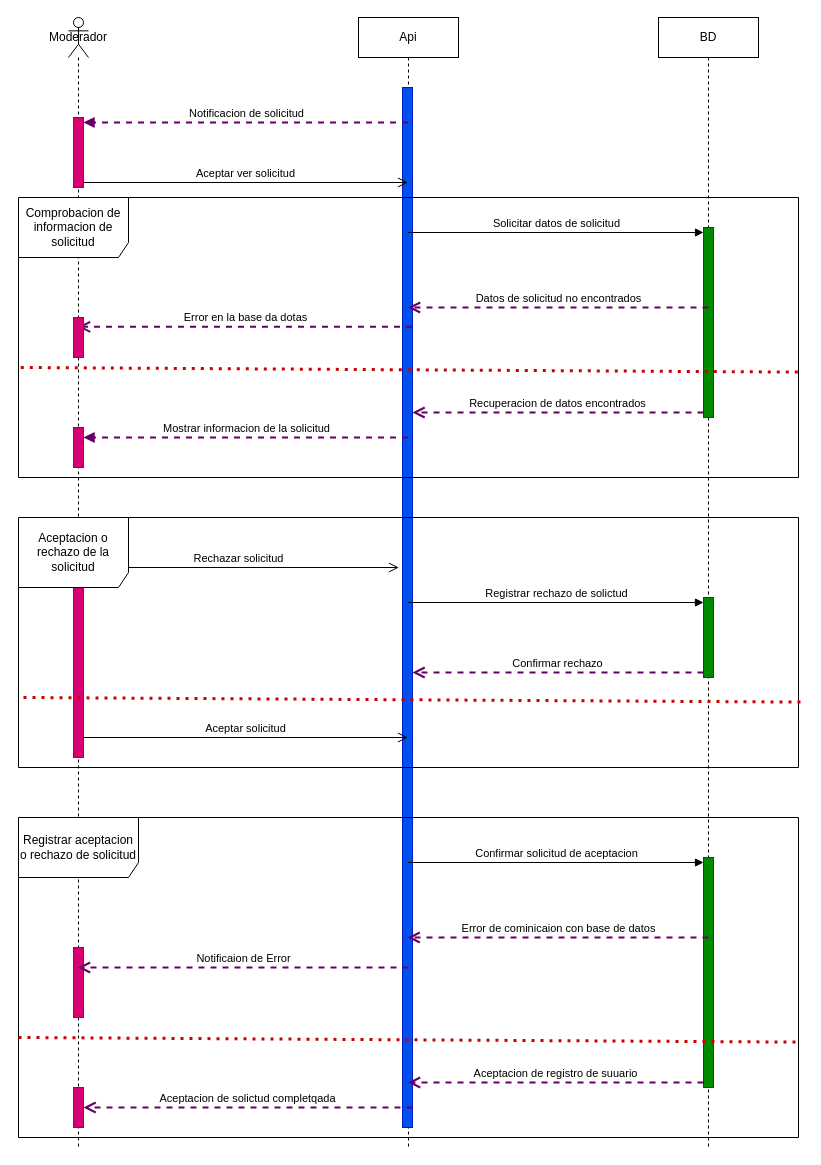
The draw.io diagram Misael/Clase_2 Proyecto/Unidad 2/Diagrama de secuencia/Diagrama de secuencia MISAEL Aceptar-Rechazar.drawio in misaeluno/Proyecto-de-Software, before the edit. Source tidied: cells renumbered, new cells numbered last; positions are measured from the earlier drawing's top-left corner, leaving out a move shared by most shapes. Both pictures are drawn from the tidied source at 100%, with x=0, y=0 at pixel (18, 17).
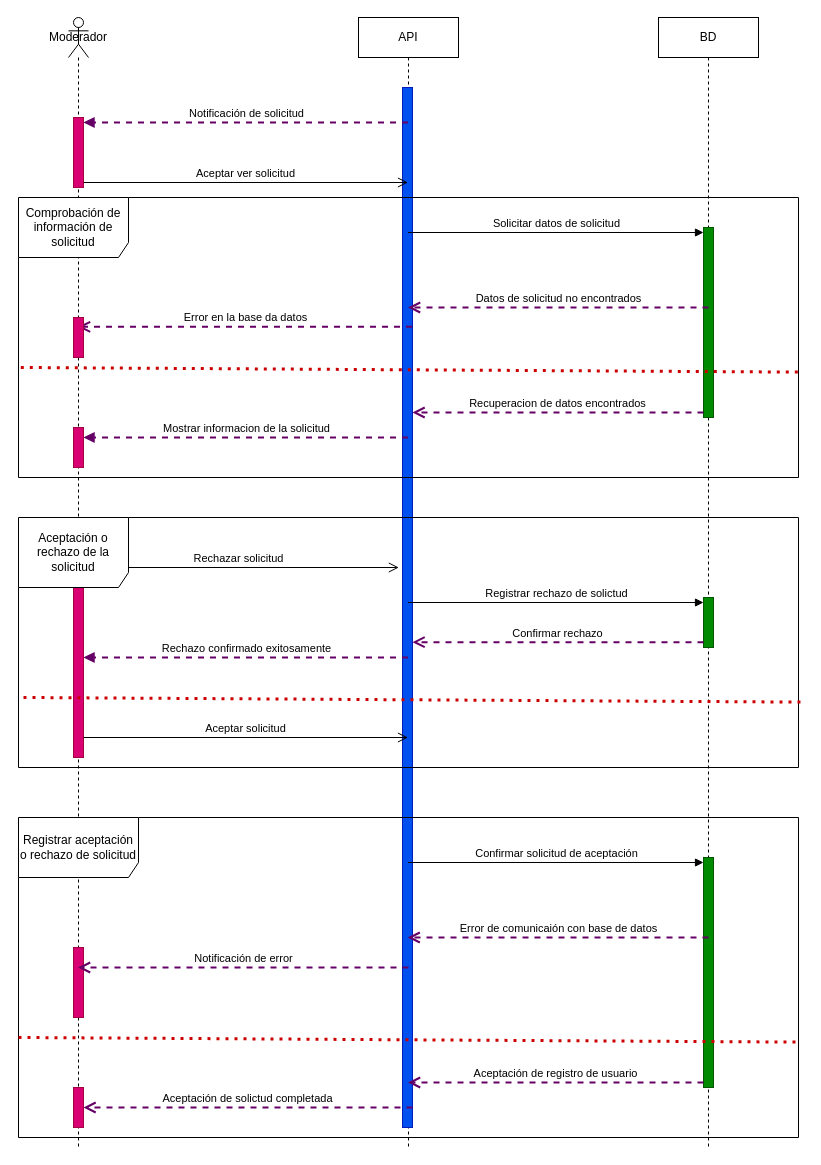
After the change.

The change refers to these unchanged cells:
```xml
<mxCell id="2" value="Moderador" style="shape=umlLifeline;perimeter=lifelinePerimeter;whiteSpace=wrap;html=1;outlineConnect=0;portConstraint=eastwest;newEdgeStyle={&quot;curved&quot;:0,&quot;rounded&quot;:0};participant=umlActor;" parent="1" vertex="1">
  <mxGeometry x="50" width="20" height="1130" as="geometry" />
</mxCell>
<mxCell id="3" style="html=1;points=[[0,0,0,0,5],[0,1,0,0,-5],[1,0,0,0,5],[1,1,0,0,-5]];perimeter=orthogonalPerimeter;outlineConnect=0;targetShapes=umlLifeline;portConstraint=eastwest;newEdgeStyle={&quot;curved&quot;:0,&quot;rounded&quot;:0};fillColor=#d80073;fontColor=#ffffff;strokeColor=#A50040;" parent="2" vertex="1">
  <mxGeometry x="5" y="100" width="10" height="70" as="geometry" />
</mxCell>
<mxCell id="6" style="html=1;points=[[0,0,0,0,5],[0,1,0,0,-5],[1,0,0,0,5],[1,1,0,0,-5]];perimeter=orthogonalPerimeter;outlineConnect=0;targetShapes=umlLifeline;portConstraint=eastwest;newEdgeStyle={&quot;curved&quot;:0,&quot;rounded&quot;:0};fillColor=#d80073;fontColor=#ffffff;strokeColor=#A50040;" parent="2" vertex="1">
  <mxGeometry x="5" y="1070" width="10" height="40" as="geometry" />
</mxCell>
<mxCell id="8" style="html=1;points=[[0,0,0,0,5],[0,1,0,0,-5],[1,0,0,0,5],[1,1,0,0,-5]];perimeter=orthogonalPerimeter;outlineConnect=0;targetShapes=umlLifeline;portConstraint=eastwest;newEdgeStyle={&quot;curved&quot;:0,&quot;rounded&quot;:0};fillColor=#0050ef;fontColor=#ffffff;strokeColor=#001DBC;" parent="7" vertex="1">
  <mxGeometry x="44" y="70" width="10" height="1040" as="geometry" />
</mxCell>
<mxCell id="9" value="BD" style="shape=umlLifeline;perimeter=lifelinePerimeter;whiteSpace=wrap;html=1;newEdgeStyle={&quot;curved&quot;:0,&quot;rounded&quot;:0};" parent="1" vertex="1">
  <mxGeometry x="640" width="100" height="1130" as="geometry" />
</mxCell>
<mxCell id="11" style="html=1;points=[[0,0,0,0,5],[0,1,0,0,-5],[1,0,0,0,5],[1,1,0,0,-5]];perimeter=orthogonalPerimeter;outlineConnect=0;targetShapes=umlLifeline;portConstraint=eastwest;newEdgeStyle={&quot;curved&quot;:0,&quot;rounded&quot;:0};fillColor=#008a00;fontColor=#ffffff;strokeColor=#005700;" parent="9" vertex="1">
  <mxGeometry x="45" y="840" width="10" height="230" as="geometry" />
</mxCell>
```

Change to the diagram source:
```diff
@@
-    <mxCell id="7" value="Api" style="shape=umlLifeline;perimeter=lifelinePerimeter;whiteSpace=wrap;html=1;outlineConnect=0;portConstraint=eastwest;newEdgeStyle={&quot;curved&quot;:0,&quot;rounded&quot;:0};" parent="1" vertex="1">
+    <mxCell id="7" value="API" style="shape=umlLifeline;perimeter=lifelinePerimeter;whiteSpace=wrap;html=1;outlineConnect=0;portConstraint=eastwest;newEdgeStyle={&quot;curved&quot;:0,&quot;rounded&quot;:0};" parent="1" vertex="1">
       <mxGeometry x="340" width="100" height="1130" as="geometry" />
     </mxCell>
@@
     <mxCell id="12" style="html=1;points=[[0,0,0,0,5],[0,1,0,0,-5],[1,0,0,0,5],[1,1,0,0,-5]];perimeter=orthogonalPerimeter;outlineConnect=0;targetShapes=umlLifeline;portConstraint=eastwest;newEdgeStyle={&quot;curved&quot;:0,&quot;rounded&quot;:0};fillColor=#008a00;fontColor=#ffffff;strokeColor=#005700;" parent="9" vertex="1">
-      <mxGeometry x="45" y="580" width="10" height="80" as="geometry" />
+      <mxGeometry x="45" y="580" width="10" height="50" as="geometry" />
     </mxCell>
@@
-    <mxCell id="14" value="Notificacion de solicitud" style="html=1;verticalAlign=bottom;endArrow=block;curved=0;rounded=0;entryX=1;entryY=0;entryDx=0;entryDy=5;dashed=1;strokeColor=#660066;strokeWidth=2;" parent="1" edge="1" source="7" target="3">
+    <mxCell id="14" value="Notificación de solicitud" style="html=1;verticalAlign=bottom;endArrow=block;curved=0;rounded=0;entryX=1;entryY=0;entryDx=0;entryDy=5;dashed=1;strokeColor=#660066;strokeWidth=2;" parent="1" edge="1" source="7" target="3">
       <mxGeometry relative="1" as="geometry" />
     </mxCell>
@@
-    <mxCell id="19" value="Confirmar solicitud de aceptacion" style="html=1;verticalAlign=bottom;endArrow=block;curved=0;rounded=0;entryX=0;entryY=0;entryDx=0;entryDy=5;" parent="1" edge="1" source="7" target="11">
+    <mxCell id="19" value="Confirmar solicitud de aceptación" style="html=1;verticalAlign=bottom;endArrow=block;curved=0;rounded=0;entryX=0;entryY=0;entryDx=0;entryDy=5;" parent="1" edge="1" source="7" target="11">
       <mxGeometry relative="1" as="geometry" />
     </mxCell>
-    <mxCell id="20" value="Aceptacion de registro de suuario" style="html=1;verticalAlign=bottom;endArrow=open;dashed=1;endSize=8;curved=0;rounded=0;exitX=0;exitY=1;exitDx=0;exitDy=-5;strokeColor=#660066;strokeWidth=2;" parent="1" edge="1" source="11" target="7">
+    <mxCell id="20" value="Aceptación de registro de usuario" style="html=1;verticalAlign=bottom;endArrow=open;dashed=1;endSize=8;curved=0;rounded=0;exitX=0;exitY=1;exitDx=0;exitDy=-5;strokeColor=#660066;strokeWidth=2;" parent="1" edge="1" source="11" target="7">
       <mxGeometry relative="1" as="geometry" />
     </mxCell>
-    <mxCell id="21" value="Comprobacion de informacion de solicitud" style="shape=umlFrame;whiteSpace=wrap;html=1;width=110;height=60;" parent="1" vertex="1">
+    <mxCell id="21" value="Comprobación de información de solicitud" style="shape=umlFrame;whiteSpace=wrap;html=1;width=110;height=60;" parent="1" vertex="1">
       <mxGeometry y="180" width="780" height="280" as="geometry" />
     </mxCell>
@@
-    <mxCell id="25" value="Aceptacion o rechazo de la solicitud" style="shape=umlFrame;whiteSpace=wrap;html=1;width=110;height=70;" parent="1" vertex="1">
+    <mxCell id="25" value="Aceptación o rechazo de la solicitud" style="shape=umlFrame;whiteSpace=wrap;html=1;width=110;height=70;" parent="1" vertex="1">
       <mxGeometry y="500" width="780" height="250" as="geometry" />
     </mxCell>
@@
-    <mxCell id="27" value="Confirmar rechazo" style="html=1;verticalAlign=bottom;endArrow=open;dashed=1;endSize=8;curved=0;rounded=0;exitX=0;exitY=1;exitDx=0;exitDy=-5;strokeColor=#660066;strokeWidth=2;" parent="1" edge="1" source="12" target="8">
-      <mxGeometry relative="1" as="geometry" />
+    <mxCell id="27" value="Confirmar rechazo" style="html=1;verticalAlign=bottom;endArrow=open;dashed=1;endSize=8;curved=0;rounded=0;exitX=0;exitY=1;exitDx=0;exitDy=-5;strokeColor=#660066;strokeWidth=2;" parent="1" edge="1">
+      <mxGeometry relative="1" as="geometry">
+        <mxPoint x="685" y="624.7" as="sourcePoint" />
+        <mxPoint x="394" y="624.7" as="targetPoint" />
+        <Array as="points">
+          <mxPoint x="620" y="624.7" />
+        </Array>
+      </mxGeometry>
     </mxCell>
-    <mxCell id="28" value="Registrar aceptacion o rechazo de solicitud" style="shape=umlFrame;whiteSpace=wrap;html=1;width=120;height=60;" parent="1" vertex="1">
+    <mxCell id="28" value="Registrar aceptación o rechazo de solicitud" style="shape=umlFrame;whiteSpace=wrap;html=1;width=120;height=60;" parent="1" vertex="1">
       <mxGeometry y="800" width="780" height="320" as="geometry" />
     </mxCell>
-    <mxCell id="29" value="Error de cominicaion con base de datos" style="html=1;verticalAlign=bottom;endArrow=open;dashed=1;endSize=8;curved=0;rounded=0;strokeColor=#660066;strokeWidth=2;" parent="1" edge="1">
+    <mxCell id="29" value="Error de comunicaión con base de datos" style="html=1;verticalAlign=bottom;endArrow=open;dashed=1;endSize=8;curved=0;rounded=0;strokeColor=#660066;strokeWidth=2;" parent="1" edge="1">
       <mxGeometry relative="1" as="geometry">
         <mxPoint x="690" y="920" as="sourcePoint" />
         <mxPoint x="389.1" y="920" as="targetPoint" />
       </mxGeometry>
     </mxCell>
@@
-    <mxCell id="31" value="Notificaion de Error" style="html=1;verticalAlign=bottom;endArrow=open;dashed=1;endSize=8;curved=0;rounded=0;strokeColor=#660066;strokeWidth=2;" parent="1" edge="1" target="2">
+    <mxCell id="31" value="Notificación de error" style="html=1;verticalAlign=bottom;endArrow=open;dashed=1;endSize=8;curved=0;rounded=0;strokeColor=#660066;strokeWidth=2;" parent="1" edge="1" target="2">
       <mxGeometry relative="1" as="geometry">
         <mxPoint x="390" y="950" as="sourcePoint" />
       </mxGeometry>
     </mxCell>
@@
-    <mxCell id="33" value="Aceptacion de solictud completqada" style="html=1;verticalAlign=bottom;endArrow=open;dashed=1;endSize=8;curved=0;rounded=0;strokeColor=#660066;strokeWidth=2;" parent="1" edge="1" target="6">
+    <mxCell id="33" value="Aceptación de solictud completada" style="html=1;verticalAlign=bottom;endArrow=open;dashed=1;endSize=8;curved=0;rounded=0;strokeColor=#660066;strokeWidth=2;" parent="1" edge="1" target="6">
       <mxGeometry relative="1" as="geometry">
         <mxPoint x="394" y="1090" as="sourcePoint" />
       </mxGeometry>
     </mxCell>
-    <mxCell id="34" value="Error en la base da dotas" style="html=1;verticalAlign=bottom;endArrow=open;dashed=1;endSize=8;curved=0;rounded=0;strokeColor=#660066;strokeWidth=2;" parent="1" edge="1" target="2">
+    <mxCell id="34" value="Error en la base da datos" style="html=1;verticalAlign=bottom;endArrow=open;dashed=1;endSize=8;curved=0;rounded=0;strokeColor=#660066;strokeWidth=2;" parent="1" edge="1" target="2">
       <mxGeometry relative="1" as="geometry">
         <mxPoint x="393.5" y="309.3" as="sourcePoint" />
       </mxGeometry>
     </mxCell>
@@
+    <mxCell id="37" value="Rechazo confirmado exitosamente" style="html=1;verticalAlign=bottom;endArrow=block;curved=0;rounded=0;entryX=1;entryY=0;entryDx=0;entryDy=5;dashed=1;strokeWidth=2;strokeColor=#660066;" parent="1" edge="1">
+      <mxGeometry relative="1" as="geometry">
+        <mxPoint x="389.5" y="640" as="sourcePoint" />
+        <mxPoint x="65" y="640" as="targetPoint" />
+      </mxGeometry>
+    </mxCell>
```
